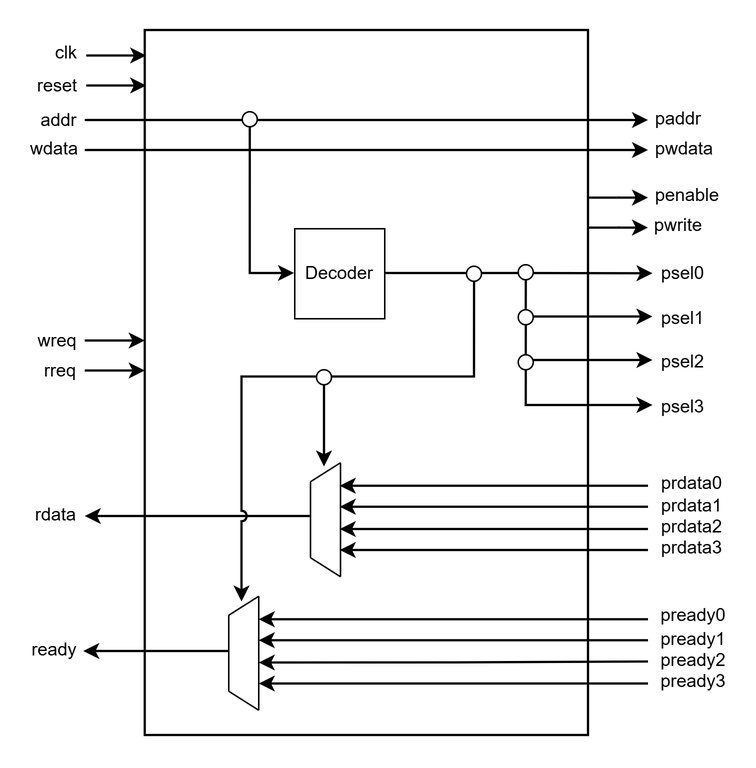
Earlier version of the draw.io export images/apb_master_bd.png (taeseong-dev/apb-bus-peripherals). Source tidied: cells renumbered, new cells last; positions are measured from the earlier drawing's top-left corner, leaving out a move shared by most shapes. Its diagram source:
```xml
<mxGraphModel>
  <root>
    <mxCell id="0" />
    <mxCell id="1" parent="0" />
    <mxCell id="2" style="rounded=0;whiteSpace=wrap;html=1;fontSize=22;strokeWidth=1.5;" parent="1" vertex="1">
      <mxGeometry x="76.5" width="295.5" height="470" as="geometry" />
    </mxCell>
    <mxCell id="3" style="edgeStyle=orthogonalEdgeStyle;rounded=0;orthogonalLoop=1;jettySize=auto;html=1;startArrow=none;startFill=0;strokeWidth=1.5;" parent="1" edge="1">
      <mxGeometry relative="1" as="geometry">
        <mxPoint x="37.5" y="17" as="sourcePoint" />
        <mxPoint x="77.5" y="17" as="targetPoint" />
      </mxGeometry>
    </mxCell>
    <mxCell id="4" style="edgeStyle=orthogonalEdgeStyle;rounded=0;orthogonalLoop=1;jettySize=auto;html=1;startArrow=none;startFill=0;strokeWidth=1.5;" parent="1" edge="1">
      <mxGeometry relative="1" as="geometry">
        <mxPoint x="37.5" y="37" as="sourcePoint" />
        <mxPoint x="77.5" y="37" as="targetPoint" />
      </mxGeometry>
    </mxCell>
    <mxCell id="5" style="edgeStyle=orthogonalEdgeStyle;rounded=0;orthogonalLoop=1;jettySize=auto;html=1;startArrow=none;startFill=0;strokeWidth=1.5;" parent="1" edge="1">
      <mxGeometry relative="1" as="geometry">
        <mxPoint x="36.5" y="60" as="sourcePoint" />
        <mxPoint x="412" y="60" as="targetPoint" />
      </mxGeometry>
    </mxCell>
    <mxCell id="6" style="edgeStyle=orthogonalEdgeStyle;rounded=0;orthogonalLoop=1;jettySize=auto;html=1;startArrow=none;startFill=0;strokeWidth=1.5;" parent="1" edge="1">
      <mxGeometry relative="1" as="geometry">
        <mxPoint x="36.5" y="80" as="sourcePoint" />
        <mxPoint x="412" y="80" as="targetPoint" />
      </mxGeometry>
    </mxCell>
    <mxCell id="7" value="clk" style="text;html=1;whiteSpace=wrap;strokeColor=none;fillColor=none;align=center;verticalAlign=middle;rounded=0;" parent="1" vertex="1">
      <mxGeometry x="8.5" width="30" height="30" as="geometry" />
    </mxCell>
    <mxCell id="8" value="reset" style="text;html=1;whiteSpace=wrap;strokeColor=none;fillColor=none;align=center;verticalAlign=middle;rounded=0;" parent="1" vertex="1">
      <mxGeometry x="2.5" y="22" width="30" height="30" as="geometry" />
    </mxCell>
    <mxCell id="9" value="addr" style="text;html=1;whiteSpace=wrap;strokeColor=none;fillColor=none;align=center;verticalAlign=middle;rounded=0;" parent="1" vertex="1">
      <mxGeometry x="3.5" y="45" width="30" height="30" as="geometry" />
    </mxCell>
    <mxCell id="10" value="wdata" style="text;html=1;whiteSpace=wrap;strokeColor=none;fillColor=none;align=center;verticalAlign=middle;rounded=0;" parent="1" vertex="1">
      <mxGeometry x="0.5" y="64" width="30" height="30" as="geometry" />
    </mxCell>
    <mxCell id="11" style="edgeStyle=orthogonalEdgeStyle;rounded=0;orthogonalLoop=1;jettySize=auto;html=1;startArrow=none;startFill=0;strokeWidth=1.5;" parent="1" edge="1">
      <mxGeometry relative="1" as="geometry">
        <mxPoint x="36.5" y="207" as="sourcePoint" />
        <mxPoint x="76.5" y="207" as="targetPoint" />
      </mxGeometry>
    </mxCell>
    <mxCell id="12" style="edgeStyle=orthogonalEdgeStyle;rounded=0;orthogonalLoop=1;jettySize=auto;html=1;startArrow=none;startFill=0;strokeWidth=1.5;" parent="1" edge="1">
      <mxGeometry relative="1" as="geometry">
        <mxPoint x="36.5" y="227" as="sourcePoint" />
        <mxPoint x="76.5" y="227" as="targetPoint" />
      </mxGeometry>
    </mxCell>
    <mxCell id="13" value="wreq" style="text;html=1;whiteSpace=wrap;strokeColor=none;fillColor=none;align=center;verticalAlign=middle;rounded=0;" parent="1" vertex="1">
      <mxGeometry x="2.5" y="192" width="30" height="30" as="geometry" />
    </mxCell>
    <mxCell id="14" value="rreq" style="text;html=1;whiteSpace=wrap;strokeColor=none;fillColor=none;align=center;verticalAlign=middle;rounded=0;" parent="1" vertex="1">
      <mxGeometry x="4.5" y="212" width="30" height="30" as="geometry" />
    </mxCell>
    <mxCell id="15" style="edgeStyle=orthogonalEdgeStyle;rounded=0;orthogonalLoop=1;jettySize=auto;html=1;startArrow=classic;startFill=1;strokeWidth=1.5;endArrow=none;endFill=0;" parent="1" edge="1">
      <mxGeometry relative="1" as="geometry">
        <mxPoint x="36.5" y="324" as="sourcePoint" />
        <mxPoint x="186.5" y="324" as="targetPoint" />
      </mxGeometry>
    </mxCell>
    <mxCell id="16" style="edgeStyle=orthogonalEdgeStyle;rounded=0;orthogonalLoop=1;jettySize=auto;html=1;startArrow=classic;startFill=1;strokeWidth=1.5;endArrow=none;endFill=0;" parent="1" edge="1">
      <mxGeometry relative="1" as="geometry">
        <mxPoint x="35.5" y="414" as="sourcePoint" />
        <mxPoint x="132" y="414" as="targetPoint" />
      </mxGeometry>
    </mxCell>
    <mxCell id="17" value="rdata" style="text;html=1;whiteSpace=wrap;strokeColor=none;fillColor=none;align=center;verticalAlign=middle;rounded=0;" parent="1" vertex="1">
      <mxGeometry x="1.5" y="308" width="30" height="30" as="geometry" />
    </mxCell>
    <mxCell id="18" value="ready" style="text;html=1;whiteSpace=wrap;strokeColor=none;fillColor=none;align=center;verticalAlign=middle;rounded=0;" parent="1" vertex="1">
      <mxGeometry x="0.5" y="398" width="30" height="30" as="geometry" />
    </mxCell>
    <mxCell id="19" style="edgeStyle=orthogonalEdgeStyle;rounded=0;orthogonalLoop=1;jettySize=auto;html=1;startArrow=classic;startFill=1;strokeWidth=1.5;endArrow=none;endFill=0;" parent="1" edge="1">
      <mxGeometry relative="1" as="geometry">
        <mxPoint x="206.5" y="332.6" as="sourcePoint" />
        <mxPoint x="412" y="332.6" as="targetPoint" />
      </mxGeometry>
    </mxCell>
    <mxCell id="20" style="edgeStyle=orthogonalEdgeStyle;rounded=0;orthogonalLoop=1;jettySize=auto;html=1;startArrow=classic;startFill=1;strokeWidth=1.5;endArrow=none;endFill=0;" parent="1" edge="1">
      <mxGeometry relative="1" as="geometry">
        <mxPoint x="206.5" y="346.6" as="sourcePoint" />
        <mxPoint x="412" y="346.6" as="targetPoint" />
      </mxGeometry>
    </mxCell>
    <mxCell id="21" style="group;" parent="1" vertex="1">
      <mxGeometry x="186.5" y="288" width="20" height="76" as="geometry" />
    </mxCell>
    <mxCell id="22" style="endArrow=none;html=1;rounded=0;" parent="21" edge="1">
      <mxGeometry relative="1" as="geometry">
        <mxPoint y="12.7" as="sourcePoint" />
        <mxPoint x="20" as="targetPoint" />
      </mxGeometry>
    </mxCell>
    <mxCell id="23" style="endArrow=none;html=1;rounded=0;" parent="21" edge="1">
      <mxGeometry relative="1" as="geometry">
        <mxPoint y="63.3" as="sourcePoint" />
        <mxPoint x="20" y="76" as="targetPoint" />
      </mxGeometry>
    </mxCell>
    <mxCell id="24" style="endArrow=none;html=1;rounded=0;" parent="21" edge="1">
      <mxGeometry relative="1" as="geometry">
        <mxPoint y="63.3" as="sourcePoint" />
        <mxPoint y="12.7" as="targetPoint" />
      </mxGeometry>
    </mxCell>
    <mxCell id="25" style="endArrow=none;html=1;rounded=0;" parent="21" edge="1">
      <mxGeometry relative="1" as="geometry">
        <mxPoint x="20" y="76" as="sourcePoint" />
        <mxPoint x="20" as="targetPoint" />
      </mxGeometry>
    </mxCell>
    <mxCell id="26" style="edgeStyle=orthogonalEdgeStyle;rounded=0;orthogonalLoop=1;jettySize=auto;html=1;startArrow=classic;startFill=1;strokeWidth=1.5;endArrow=none;endFill=0;" parent="1" edge="1">
      <mxGeometry relative="1" as="geometry">
        <mxPoint x="206.5" y="303.8" as="sourcePoint" />
        <mxPoint x="412" y="303.8" as="targetPoint" />
      </mxGeometry>
    </mxCell>
    <mxCell id="27" style="edgeStyle=orthogonalEdgeStyle;rounded=0;orthogonalLoop=1;jettySize=auto;html=1;startArrow=classic;startFill=1;strokeWidth=1.5;endArrow=none;endFill=0;" parent="1" edge="1">
      <mxGeometry relative="1" as="geometry">
        <mxPoint x="206.5" y="317.8" as="sourcePoint" />
        <mxPoint x="412" y="317.8" as="targetPoint" />
      </mxGeometry>
    </mxCell>
    <mxCell id="28" style="edgeStyle=orthogonalEdgeStyle;rounded=0;orthogonalLoop=1;jettySize=auto;html=1;startArrow=classic;startFill=1;strokeWidth=1.5;endArrow=none;endFill=0;" parent="1" edge="1">
      <mxGeometry relative="1" as="geometry">
        <mxPoint x="152.5" y="421.6" as="sourcePoint" />
        <mxPoint x="412" y="421" as="targetPoint" />
      </mxGeometry>
    </mxCell>
    <mxCell id="29" style="edgeStyle=orthogonalEdgeStyle;rounded=0;orthogonalLoop=1;jettySize=auto;html=1;startArrow=classic;startFill=1;strokeWidth=1.5;endArrow=none;endFill=0;" parent="1" edge="1">
      <mxGeometry relative="1" as="geometry">
        <mxPoint x="152.5" y="435.6" as="sourcePoint" />
        <mxPoint x="412" y="435.6" as="targetPoint" />
      </mxGeometry>
    </mxCell>
    <mxCell id="30" style="edgeStyle=orthogonalEdgeStyle;rounded=0;orthogonalLoop=1;jettySize=auto;html=1;startArrow=classic;startFill=1;strokeWidth=1.5;endArrow=none;endFill=0;" parent="1" edge="1">
      <mxGeometry relative="1" as="geometry">
        <mxPoint x="152.5" y="392.8" as="sourcePoint" />
        <mxPoint x="412" y="392.8" as="targetPoint" />
      </mxGeometry>
    </mxCell>
    <mxCell id="31" style="edgeStyle=orthogonalEdgeStyle;rounded=0;orthogonalLoop=1;jettySize=auto;html=1;startArrow=classic;startFill=1;strokeWidth=1.5;endArrow=none;endFill=0;" parent="1" edge="1">
      <mxGeometry relative="1" as="geometry">
        <mxPoint x="152.5" y="406.8" as="sourcePoint" />
        <mxPoint x="412" y="406.8" as="targetPoint" />
      </mxGeometry>
    </mxCell>
    <mxCell id="32" style="edgeStyle=orthogonalEdgeStyle;rounded=0;jettySize=auto;html=1;startArrow=none;startFill=0;strokeWidth=1.5;entryX=0;entryY=0.5;entryDx=0;entryDy=0;" parent="1" edge="1" target="34">
      <mxGeometry relative="1" as="geometry">
        <mxPoint x="146.5" y="60" as="sourcePoint" />
        <Array as="points">
          <mxPoint x="146.5" y="162" />
        </Array>
      </mxGeometry>
    </mxCell>
    <mxCell id="33" value="prdata0" style="text;html=1;whiteSpace=wrap;strokeColor=none;fillColor=none;align=center;verticalAlign=middle;rounded=0;" parent="1" vertex="1">
      <mxGeometry x="425.5" y="287" width="30" height="30" as="geometry" />
    </mxCell>
    <mxCell id="34" value="Decoder" style="rounded=0;whiteSpace=wrap;html=1;" parent="1" vertex="1">
      <mxGeometry x="176" y="132" width="60" height="60" as="geometry" />
    </mxCell>
    <mxCell id="35" style="edgeStyle=orthogonalEdgeStyle;rounded=0;jettySize=auto;html=1;startArrow=none;startFill=0;strokeWidth=1.5;exitX=1;exitY=0.5;exitDx=0;exitDy=0;" parent="1" edge="1" source="34">
      <mxGeometry relative="1" as="geometry">
        <mxPoint x="415" y="162.1" as="targetPoint" />
      </mxGeometry>
    </mxCell>
    <mxCell id="36" style="group;" parent="1" vertex="1">
      <mxGeometry x="132" y="377" width="20" height="76" as="geometry" />
    </mxCell>
    <mxCell id="37" style="endArrow=none;html=1;rounded=0;" parent="36" edge="1">
      <mxGeometry relative="1" as="geometry">
        <mxPoint y="12.7" as="sourcePoint" />
        <mxPoint x="20" as="targetPoint" />
      </mxGeometry>
    </mxCell>
    <mxCell id="38" style="endArrow=none;html=1;rounded=0;" parent="36" edge="1">
      <mxGeometry relative="1" as="geometry">
        <mxPoint y="63.3" as="sourcePoint" />
        <mxPoint x="20" y="76" as="targetPoint" />
      </mxGeometry>
    </mxCell>
    <mxCell id="39" style="endArrow=none;html=1;rounded=0;" parent="36" edge="1">
      <mxGeometry relative="1" as="geometry">
        <mxPoint y="63.3" as="sourcePoint" />
        <mxPoint y="12.7" as="targetPoint" />
      </mxGeometry>
    </mxCell>
    <mxCell id="40" style="endArrow=none;html=1;rounded=0;" parent="36" edge="1">
      <mxGeometry relative="1" as="geometry">
        <mxPoint x="20" y="76" as="sourcePoint" />
        <mxPoint x="20" as="targetPoint" />
      </mxGeometry>
    </mxCell>
    <mxCell id="41" style="edgeStyle=orthogonalEdgeStyle;rounded=0;orthogonalLoop=1;jettySize=auto;html=1;startArrow=none;startFill=0;strokeWidth=1.5;" parent="1" edge="1">
      <mxGeometry relative="1" as="geometry">
        <mxPoint x="296" y="163" as="sourcePoint" />
        <mxPoint x="196" y="291" as="targetPoint" />
        <Array as="points">
          <mxPoint x="296" y="231" />
          <mxPoint x="196" y="231" />
        </Array>
      </mxGeometry>
    </mxCell>
    <mxCell id="42" style="ellipse;whiteSpace=wrap;html=1;" parent="1" vertex="1">
      <mxGeometry x="190.5" y="226" width="10" height="10" as="geometry" />
    </mxCell>
    <mxCell id="43" value="prdata1" style="text;html=1;whiteSpace=wrap;strokeColor=none;fillColor=none;align=center;verticalAlign=middle;rounded=0;" parent="1" vertex="1">
      <mxGeometry x="425.5" y="302" width="30" height="30" as="geometry" />
    </mxCell>
    <mxCell id="44" value="prdata2" style="text;html=1;whiteSpace=wrap;strokeColor=none;fillColor=none;align=center;verticalAlign=middle;rounded=0;" parent="1" vertex="1">
      <mxGeometry x="425.5" y="316" width="30" height="30" as="geometry" />
    </mxCell>
    <mxCell id="45" value="prdata3" style="text;html=1;whiteSpace=wrap;strokeColor=none;fillColor=none;align=center;verticalAlign=middle;rounded=0;" parent="1" vertex="1">
      <mxGeometry x="425.5" y="330" width="30" height="30" as="geometry" />
    </mxCell>
    <mxCell id="46" style="edgeStyle=orthogonalEdgeStyle;rounded=0;jettySize=auto;html=1;startArrow=none;startFill=0;strokeWidth=1.5;exitX=0;exitY=0.5;exitDx=0;exitDy=0;jumpStyle=arc;" parent="1" edge="1" source="42">
      <mxGeometry relative="1" as="geometry">
        <mxPoint x="141" y="381" as="targetPoint" />
        <Array as="points">
          <mxPoint x="141" y="231" />
        </Array>
      </mxGeometry>
    </mxCell>
    <mxCell id="47" value="pready0" style="text;html=1;whiteSpace=wrap;strokeColor=none;fillColor=none;align=center;verticalAlign=middle;rounded=0;" parent="1" vertex="1">
      <mxGeometry x="426.5" y="375" width="30" height="30" as="geometry" />
    </mxCell>
    <mxCell id="48" value="pready1" style="text;html=1;whiteSpace=wrap;strokeColor=none;fillColor=none;align=center;verticalAlign=middle;rounded=0;" parent="1" vertex="1">
      <mxGeometry x="426.5" y="391" width="30" height="30" as="geometry" />
    </mxCell>
    <mxCell id="49" value="pready2" style="text;html=1;whiteSpace=wrap;strokeColor=none;fillColor=none;align=center;verticalAlign=middle;rounded=0;" parent="1" vertex="1">
      <mxGeometry x="426.5" y="405" width="30" height="30" as="geometry" />
    </mxCell>
    <mxCell id="50" value="pready3" style="text;html=1;whiteSpace=wrap;strokeColor=none;fillColor=none;align=center;verticalAlign=middle;rounded=0;" parent="1" vertex="1">
      <mxGeometry x="426.5" y="419" width="30" height="30" as="geometry" />
    </mxCell>
    <mxCell id="51" style="edgeStyle=orthogonalEdgeStyle;rounded=0;orthogonalLoop=1;jettySize=auto;html=1;startArrow=none;startFill=0;strokeWidth=1.5;" parent="1" edge="1">
      <mxGeometry relative="1" as="geometry">
        <mxPoint x="330.5" y="162" as="sourcePoint" />
        <mxPoint x="415" y="191" as="targetPoint" />
        <Array as="points">
          <mxPoint x="330.5" y="191" />
          <mxPoint x="360" y="191" />
        </Array>
      </mxGeometry>
    </mxCell>
    <mxCell id="52" style="edgeStyle=orthogonalEdgeStyle;rounded=0;orthogonalLoop=1;jettySize=auto;html=1;startArrow=none;startFill=0;strokeWidth=1.5;" parent="1" edge="1">
      <mxGeometry relative="1" as="geometry">
        <mxPoint x="330.5" y="191" as="sourcePoint" />
        <mxPoint x="415" y="220" as="targetPoint" />
        <Array as="points">
          <mxPoint x="330.5" y="220" />
          <mxPoint x="360" y="220" />
        </Array>
      </mxGeometry>
    </mxCell>
    <mxCell id="53" style="edgeStyle=orthogonalEdgeStyle;rounded=0;orthogonalLoop=1;jettySize=auto;html=1;startArrow=none;startFill=0;strokeWidth=1.5;" parent="1" edge="1">
      <mxGeometry relative="1" as="geometry">
        <mxPoint x="330.5" y="221" as="sourcePoint" />
        <mxPoint x="415" y="250" as="targetPoint" />
        <Array as="points">
          <mxPoint x="330.5" y="250" />
          <mxPoint x="360" y="250" />
        </Array>
      </mxGeometry>
    </mxCell>
    <mxCell id="54" style="ellipse;whiteSpace=wrap;html=1;" parent="1" vertex="1">
      <mxGeometry x="290.5" y="157" width="10" height="10" as="geometry" />
    </mxCell>
    <mxCell id="55" value="psel0" style="text;html=1;whiteSpace=wrap;strokeColor=none;fillColor=none;align=center;verticalAlign=middle;rounded=0;" parent="1" vertex="1">
      <mxGeometry x="420" y="147" width="30" height="30" as="geometry" />
    </mxCell>
    <mxCell id="56" value="psel1" style="text;html=1;whiteSpace=wrap;strokeColor=none;fillColor=none;align=center;verticalAlign=middle;rounded=0;" parent="1" vertex="1">
      <mxGeometry x="420" y="177" width="30" height="30" as="geometry" />
    </mxCell>
    <mxCell id="57" value="psel2" style="text;html=1;whiteSpace=wrap;strokeColor=none;fillColor=none;align=center;verticalAlign=middle;rounded=0;" parent="1" vertex="1">
      <mxGeometry x="420" y="206" width="30" height="30" as="geometry" />
    </mxCell>
    <mxCell id="58" value="psel3" style="text;html=1;whiteSpace=wrap;strokeColor=none;fillColor=none;align=center;verticalAlign=middle;rounded=0;" parent="1" vertex="1">
      <mxGeometry x="420" y="236" width="30" height="30" as="geometry" />
    </mxCell>
    <mxCell id="59" style="ellipse;whiteSpace=wrap;html=1;" parent="1" vertex="1">
      <mxGeometry x="325" y="186" width="10" height="10" as="geometry" />
    </mxCell>
    <mxCell id="60" style="ellipse;whiteSpace=wrap;html=1;" parent="1" vertex="1">
      <mxGeometry x="325" y="216" width="10" height="10" as="geometry" />
    </mxCell>
    <mxCell id="61" style="ellipse;whiteSpace=wrap;html=1;" parent="1" vertex="1">
      <mxGeometry x="325" y="156" width="10" height="10" as="geometry" />
    </mxCell>
    <mxCell id="62" style="ellipse;whiteSpace=wrap;html=1;" parent="1" vertex="1">
      <mxGeometry x="141" y="54" width="10" height="10" as="geometry" />
    </mxCell>
    <mxCell id="63" value="paddr" style="text;html=1;whiteSpace=wrap;strokeColor=none;fillColor=none;align=center;verticalAlign=middle;rounded=0;" parent="1" vertex="1">
      <mxGeometry x="417" y="44" width="30" height="30" as="geometry" />
    </mxCell>
    <mxCell id="64" value="pwdata" style="text;html=1;whiteSpace=wrap;strokeColor=none;fillColor=none;align=center;verticalAlign=middle;rounded=0;" parent="1" vertex="1">
      <mxGeometry x="421" y="64" width="30" height="30" as="geometry" />
    </mxCell>
    <mxCell id="65" style="edgeStyle=orthogonalEdgeStyle;rounded=0;orthogonalLoop=1;jettySize=auto;html=1;startArrow=none;startFill=0;strokeWidth=1.5;" parent="1" edge="1">
      <mxGeometry relative="1" as="geometry">
        <mxPoint x="372" y="111.7" as="sourcePoint" />
        <mxPoint x="412" y="111.7" as="targetPoint" />
      </mxGeometry>
    </mxCell>
    <mxCell id="66" style="edgeStyle=orthogonalEdgeStyle;rounded=0;orthogonalLoop=1;jettySize=auto;html=1;startArrow=none;startFill=0;strokeWidth=1.5;" parent="1" edge="1">
      <mxGeometry relative="1" as="geometry">
        <mxPoint x="372" y="131.7" as="sourcePoint" />
        <mxPoint x="412" y="131.7" as="targetPoint" />
      </mxGeometry>
    </mxCell>
    <mxCell id="67" value="penable" style="text;html=1;whiteSpace=wrap;strokeColor=none;fillColor=none;align=center;verticalAlign=middle;rounded=0;" parent="1" vertex="1">
      <mxGeometry x="423" y="95" width="30" height="30" as="geometry" />
    </mxCell>
    <mxCell id="68" value="pwrite" style="text;html=1;whiteSpace=wrap;strokeColor=none;fillColor=none;align=center;verticalAlign=middle;rounded=0;" parent="1" vertex="1">
      <mxGeometry x="417" y="115" width="30" height="30" as="geometry" />
    </mxCell>
  </root>
</mxGraphModel>
```
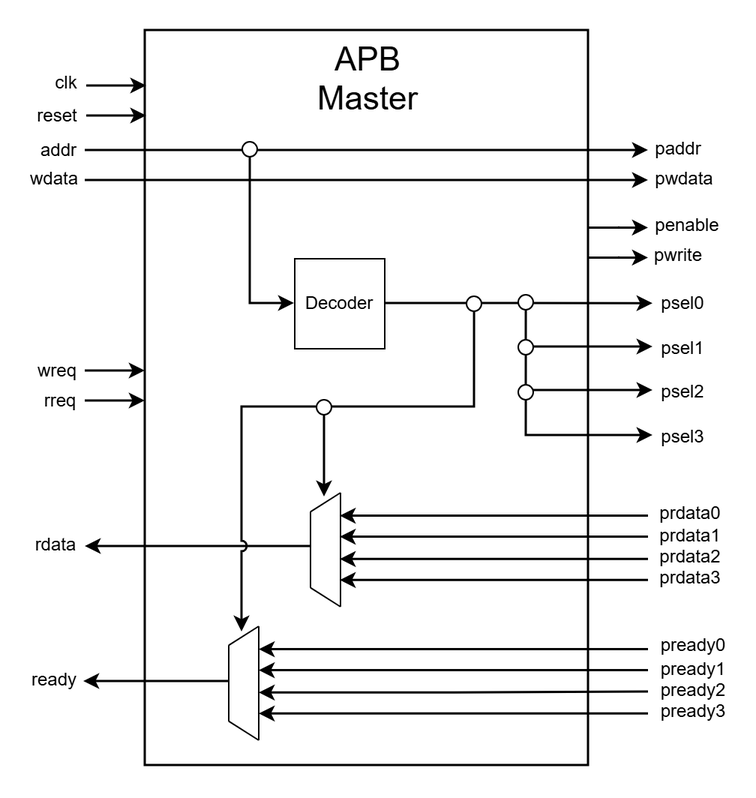
The same diagram one commit later.

Change to the diagram source:
```diff
@@ -2,8 +2,8 @@
   <root>
     <mxCell id="0" />
     <mxCell id="1" parent="0" />
-    <mxCell id="2" style="rounded=0;whiteSpace=wrap;html=1;fontSize=22;strokeWidth=1.5;" parent="1" vertex="1">
-      <mxGeometry x="76.5" width="295.5" height="470" as="geometry" />
+    <mxCell id="2" value="APB&lt;div&gt;Master&lt;/div&gt;" style="rounded=0;whiteSpace=wrap;html=1;fontSize=22;strokeWidth=1.5;verticalAlign=top;" parent="1" vertex="1">
+      <mxGeometry x="76.5" y="-20" width="295.5" height="490" as="geometry" />
     </mxCell>
     <mxCell id="3" style="edgeStyle=orthogonalEdgeStyle;rounded=0;orthogonalLoop=1;jettySize=auto;html=1;startArrow=none;startFill=0;strokeWidth=1.5;" parent="1" edge="1">
       <mxGeometry relative="1" as="geometry">
```
